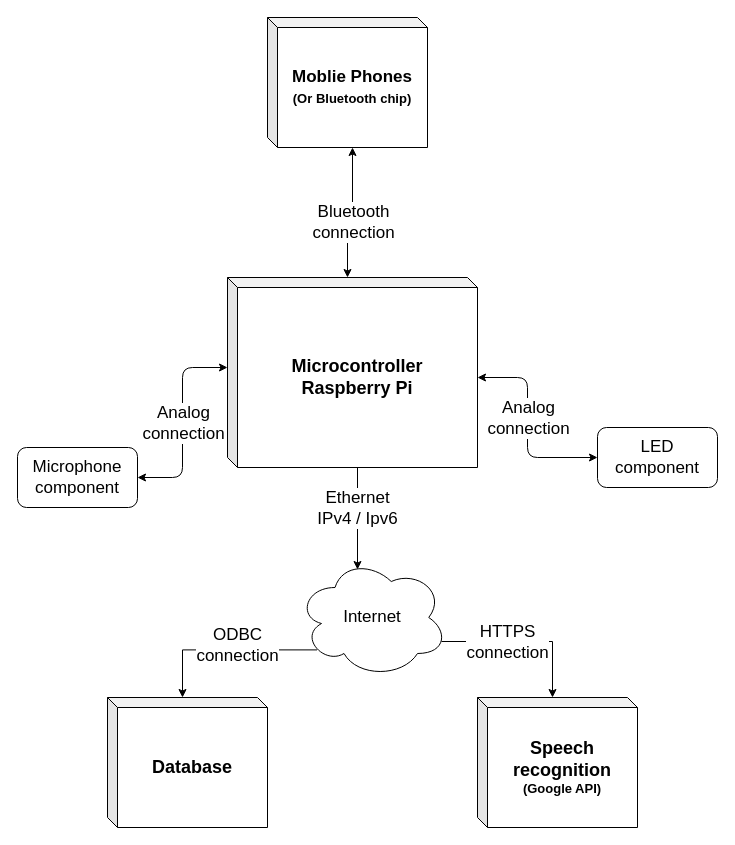
Earlier version of the draw.io diagram Descripiton/Physical_Decomposition.drawio (TorbenWest/PIOT). Source tidied: cells renumbered, new cells numbered last; positions are measured from the earlier drawing's top-left corner, leaving out a move shared by most shapes. Both pictures are drawn from the tidied source at 100%, with x=0, y=0 at pixel (17, 17).
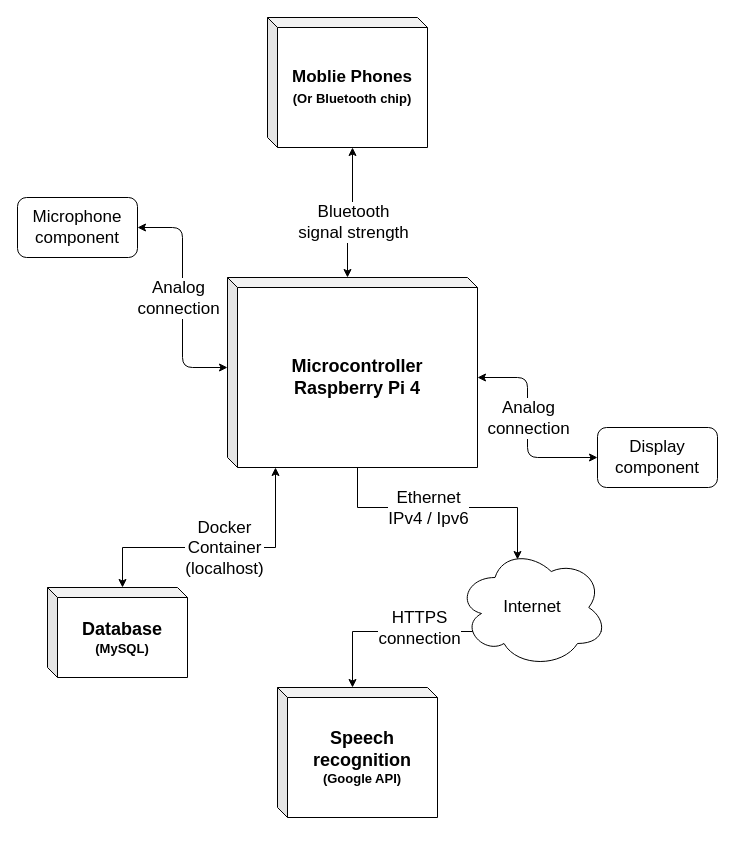
After the change.

The change refers to these unchanged cells:
```xml
<mxCell id="2" style="edgeStyle=orthogonalEdgeStyle;rounded=0;jettySize=auto;html=1;exitX=0;exitY=0;exitDx=130;exitDy=190;exitPerimeter=0;entryX=0.4;entryY=0.1;entryDx=0;entryDy=0;entryPerimeter=0;fontSize=17;" parent="1" edge="1" source="4" target="13">
  <mxGeometry relative="1" as="geometry" />
</mxCell>
<mxCell id="11" style="edgeStyle=orthogonalEdgeStyle;rounded=0;jettySize=auto;html=1;exitX=0.96;exitY=0.7;exitDx=0;exitDy=0;exitPerimeter=0;entryX=0;entryY=0;entryDx=75;entryDy=0;entryPerimeter=0;fontSize=17;" parent="1" edge="1" source="13" target="6">
  <mxGeometry relative="1" as="geometry" />
</mxCell>
<mxCell id="15" style="endArrow=classic;startArrow=classic;html=1;fontSize=17;entryX=0;entryY=0;entryDx=0;entryDy=90;entryPerimeter=0;exitX=1;exitY=0.5;exitDx=0;exitDy=0;edgeStyle=orthogonalEdgeStyle;" parent="1" edge="1" source="8" target="4">
  <mxGeometry relative="1" as="geometry" />
</mxCell>
<mxCell id="19" style="endArrow=classic;startArrow=classic;html=1;fontSize=17;entryX=0;entryY=0;entryDx=85;entryDy=130;entryPerimeter=0;exitX=0;exitY=0;exitDx=120;exitDy=0;edgeStyle=orthogonalEdgeStyle;exitPerimeter=0;" parent="1" edge="1" source="4" target="5">
  <mxGeometry relative="1" as="geometry" />
</mxCell>
```

Diff of the diagram source:
```diff
@@
     <mxCell id="3" value="Ethernet&lt;br&gt;IPv4 / Ipv6" style="edgeLabel;html=1;align=center;verticalAlign=middle;fontSize=17;" parent="2" vertex="1">
       <mxGeometry x="-0.41" y="-1" relative="1" as="geometry">
-        <mxPoint y="10" as="offset" />
+        <mxPoint x="36" y="-1" as="offset" />
       </mxGeometry>
     </mxCell>
-    <mxCell id="4" value="&lt;font style=&quot;font-size: 18px&quot;&gt;&lt;b&gt;Microcontroller&lt;br&gt;Raspberry Pi&lt;/b&gt;&lt;/font&gt;" style="shape=cube;whiteSpace=wrap;html=1;boundedLbl=1;backgroundOutline=1;darkOpacity=0.05;darkOpacity2=0.1;direction=east;size=10;" parent="1" vertex="1">
+    <mxCell id="4" value="&lt;font style=&quot;font-size: 18px&quot;&gt;&lt;b&gt;Microcontroller&lt;br&gt;Raspberry Pi 4&lt;/b&gt;&lt;/font&gt;" style="shape=cube;whiteSpace=wrap;html=1;boundedLbl=1;backgroundOutline=1;darkOpacity=0.05;darkOpacity2=0.1;direction=east;size=10;" parent="1" vertex="1">
       <mxGeometry x="210" y="260" width="250" height="190" as="geometry" />
     </mxCell>
@@
     <mxCell id="6" value="&lt;font&gt;&lt;b&gt;&lt;span style=&quot;font-size: 18px&quot;&gt;Speech recognition&lt;/span&gt;&lt;br&gt;&lt;font style=&quot;font-size: 13px&quot;&gt;(Google API)&lt;/font&gt;&lt;/b&gt;&lt;/font&gt;" style="shape=cube;whiteSpace=wrap;html=1;boundedLbl=1;backgroundOutline=1;darkOpacity=0.05;darkOpacity2=0.1;size=10;" parent="1" vertex="1">
-      <mxGeometry x="460" y="680" width="160" height="130" as="geometry" />
+      <mxGeometry x="260" y="670" width="160" height="130" as="geometry" />
     </mxCell>
-    <mxCell id="7" value="&lt;font style=&quot;font-size: 18px&quot;&gt;&lt;b&gt;Database&lt;/b&gt;&lt;/font&gt;" style="shape=cube;whiteSpace=wrap;html=1;boundedLbl=1;backgroundOutline=1;darkOpacity=0.05;darkOpacity2=0.1;size=10;" parent="1" vertex="1">
-      <mxGeometry x="90" y="680" width="160" height="130" as="geometry" />
+    <mxCell id="7" value="&lt;font style=&quot;&quot;&gt;&lt;span style=&quot;font-weight: bold; font-size: 18px;&quot;&gt;Database&lt;/span&gt;&lt;br&gt;&lt;font size=&quot;1&quot; style=&quot;&quot;&gt;&lt;b style=&quot;font-size: 13px;&quot;&gt;(MySQL)&lt;/b&gt;&lt;/font&gt;&lt;br&gt;&lt;/font&gt;" style="shape=cube;whiteSpace=wrap;html=1;boundedLbl=1;backgroundOutline=1;darkOpacity=0.05;darkOpacity2=0.1;size=10;" parent="1" vertex="1">
+      <mxGeometry x="30" y="570" width="140" height="90" as="geometry" />
     </mxCell>
     <mxCell id="8" value="Microphone&lt;br&gt;component" style="rounded=1;whiteSpace=wrap;html=1;fontSize=17;" parent="1" vertex="1">
-      <mxGeometry y="430" width="120" height="60" as="geometry" />
+      <mxGeometry y="180" width="120" height="60" as="geometry" />
     </mxCell>
-    <mxCell id="9" style="edgeStyle=orthogonalEdgeStyle;rounded=0;jettySize=auto;html=1;exitX=0.13;exitY=0.77;exitDx=0;exitDy=0;exitPerimeter=0;entryX=0;entryY=0;entryDx=75;entryDy=0;entryPerimeter=0;fontSize=17;" parent="1" edge="1" source="13" target="7">
-      <mxGeometry relative="1" as="geometry" />
-    </mxCell>
-    <mxCell id="10" value="ODBC&lt;br&gt;connection" style="edgeLabel;html=1;align=center;verticalAlign=middle;fontSize=17;" parent="9" vertex="1">
-      <mxGeometry x="-0.12" y="-5" relative="1" as="geometry" />
-    </mxCell>
@@
     <mxCell id="12" value="HTTPS&lt;br&gt;connection" style="edgeLabel;html=1;align=center;verticalAlign=middle;fontSize=17;" parent="11" vertex="1">
       <mxGeometry x="-0.04" relative="1" as="geometry">
-        <mxPoint x="-14.8" as="offset" />
+        <mxPoint x="-37" y="-4" as="offset" />
       </mxGeometry>
     </mxCell>
     <mxCell id="13" value="Internet" style="ellipse;shape=cloud;whiteSpace=wrap;html=1;fontSize=17;" parent="1" vertex="1">
-      <mxGeometry x="280" y="540" width="150" height="120" as="geometry" />
+      <mxGeometry x="440" y="530" width="150" height="120" as="geometry" />
     </mxCell>
-    <mxCell id="14" value="LED&lt;br&gt;component" style="rounded=1;whiteSpace=wrap;html=1;fontSize=17;" parent="1" vertex="1">
+    <mxCell id="14" value="Display&lt;br&gt;component" style="rounded=1;whiteSpace=wrap;html=1;fontSize=17;" parent="1" vertex="1">
       <mxGeometry x="580" y="410" width="120" height="60" as="geometry" />
     </mxCell>
@@
     <mxCell id="16" value="Analog&lt;br&gt;connection" style="edgeLabel;html=1;align=center;verticalAlign=middle;fontSize=17;" parent="15" vertex="1">
       <mxGeometry x="0.2" y="2" relative="1" as="geometry">
-        <mxPoint x="2" y="20" as="offset" />
+        <mxPoint x="-7" y="-23" as="offset" />
       </mxGeometry>
     </mxCell>
@@
-    <mxCell id="20" value="Bluetooth&lt;br&gt;connection" style="edgeLabel;html=1;align=center;verticalAlign=middle;fontSize=17;" parent="19" vertex="1">
+    <mxCell id="20" value="Bluetooth&lt;br&gt;signal strength" style="edgeLabel;html=1;align=center;verticalAlign=middle;fontSize=17;" parent="19" vertex="1">
       <mxGeometry x="0.2" y="2" relative="1" as="geometry">
         <mxPoint x="2" y="20" as="offset" />
       </mxGeometry>
     </mxCell>
+    <mxCell id="21" style="endArrow=classic;startArrow=classic;html=1;rounded=0;exitX=0;exitY=0;exitDx=75;exitDy=0;exitPerimeter=0;edgeStyle=orthogonalEdgeStyle;entryX=0.192;entryY=1;entryDx=0;entryDy=0;entryPerimeter=0;" parent="1" edge="1" source="7" target="4">
+      <mxGeometry relative="1" as="geometry">
+        <Array as="points">
+          <mxPoint x="105" y="530" />
+          <mxPoint x="258" y="530" />
+        </Array>
+      </mxGeometry>
+    </mxCell>
+    <mxCell id="22" value="Docker&lt;br&gt;Container&lt;br&gt;(localhost)" style="edgeLabel;html=1;align=center;verticalAlign=middle;fontSize=17;" parent="21" vertex="1">
+      <mxGeometry x="0.13" relative="1" as="geometry">
+        <mxPoint x="-13" as="offset" />
+      </mxGeometry>
+    </mxCell>
```
